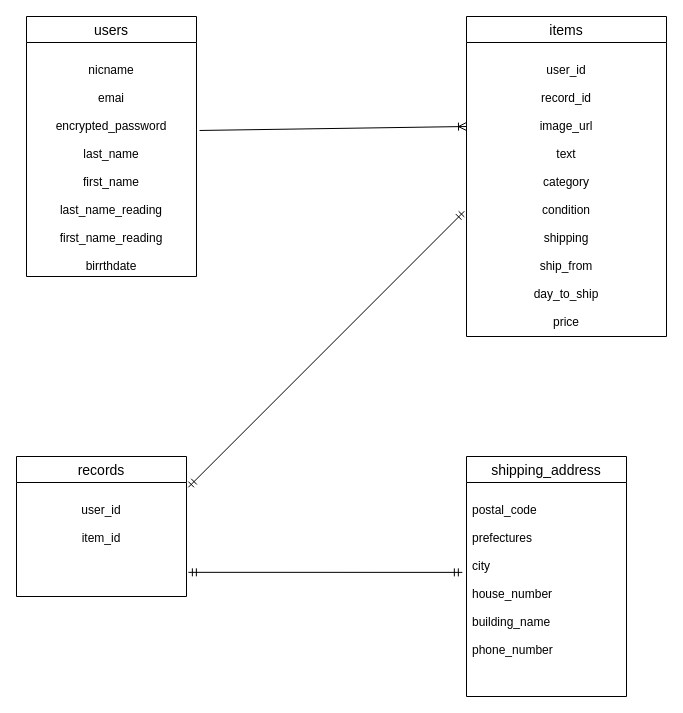
Before: app/controllers/ER.dio in kawashimakouhei/furima-29120, a draw.io diagram. Source tidied: cells renumbered, new cells numbered last; positions are measured from the earlier drawing's top-left corner, leaving out a move shared by most shapes. Both pictures are drawn from the tidied source at 100%, with x=0, y=0 at pixel (16, 16).
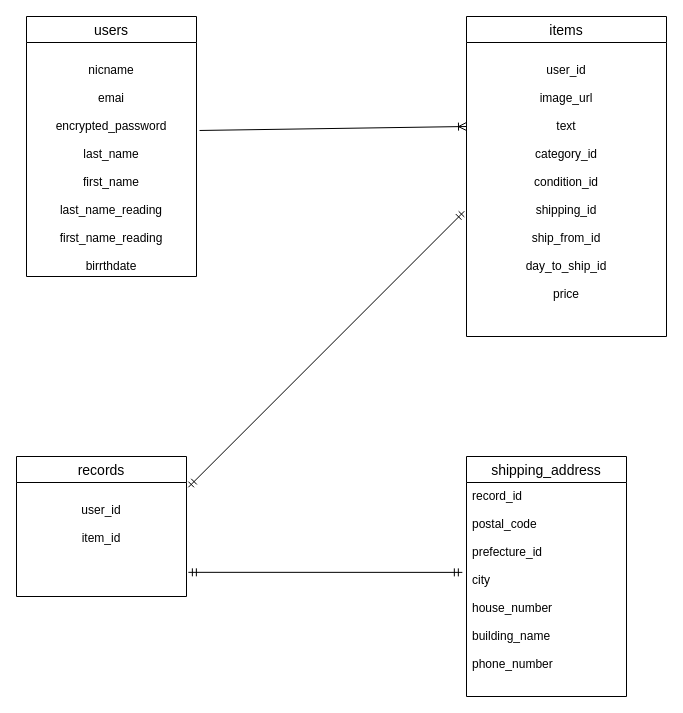
The same page after the edit.

Commit message (it also covers changes not shown here):
テーブル設計訂正

Diff of the diagram source:
```diff
@@
 <mxGraphModel>
   <root>
     <mxCell id="0" />
     <mxCell id="1" parent="0" />
     <mxCell id="2" value="users" style="swimlane;fontStyle=0;horizontal=1;startSize=26;align=center;fontSize=14;" parent="1" vertex="1">
       <mxGeometry x="10" width="170" height="260" as="geometry" />
     </mxCell>
     <mxCell id="3" value="&#10;nicname&#10;&#10;emai&#10;&#10;encrypted_password&#10;&#10;last_name&#10;&#10;first_name&#10;&#10;last_name_reading&#10;&#10;first_name_reading&#10;&#10;birrthdate" style="text;strokeColor=none;fillColor=none;spacingLeft=4;spacingRight=4;overflow=hidden;points=[[0,0.5],[1,0.5]];portConstraint=eastwest;fontSize=12;align=center;" parent="2" vertex="1">
       <mxGeometry y="26" width="170" height="234" as="geometry" />
     </mxCell>
     <mxCell id="4" value="items" style="swimlane;fontStyle=0;horizontal=1;startSize=26;align=center;fontSize=14;" parent="1" vertex="1">
       <mxGeometry x="450" width="200" height="320" as="geometry" />
     </mxCell>
-    <mxCell id="5" value="&#10;user_id&#10;&#10;record_id&#10;&#10;image_url&#10;&#10;text&#10;&#10;category&#10;&#10;condition&#10;&#10;shipping&#10;&#10;ship_from&#10;&#10;day_to_ship&#10;&#10;price" style="text;strokeColor=none;fillColor=none;spacingLeft=4;spacingRight=4;overflow=hidden;points=[[0,0.5],[1,0.5]];portConstraint=eastwest;fontSize=12;align=center;" parent="4" vertex="1">
+    <mxCell id="5" value="&#10;user_id&#10;&#10;image_url&#10;&#10;text&#10;&#10;category_id&#10;&#10;condition_id&#10;&#10;shipping_id&#10;&#10;ship_from_id&#10;&#10;day_to_ship_id&#10;&#10;price" style="text;strokeColor=none;fillColor=none;spacingLeft=4;spacingRight=4;overflow=hidden;points=[[0,0.5],[1,0.5]];portConstraint=eastwest;fontSize=12;align=center;" parent="4" vertex="1">
       <mxGeometry y="26" width="200" height="294" as="geometry" />
     </mxCell>
     <mxCell id="6" value="shipping_address" style="swimlane;fontStyle=0;horizontal=1;startSize=26;align=center;fontSize=14;" parent="1" vertex="1">
       <mxGeometry x="450" y="440" width="160" height="240" as="geometry" />
     </mxCell>
-    <mxCell id="7" value="&#10;postal_code&#10;&#10;prefectures&#10;&#10;city&#10;&#10;house_number&#10;&#10;building_name&#10;&#10;phone_number" style="text;strokeColor=none;fillColor=none;spacingLeft=4;spacingRight=4;overflow=hidden;points=[[0,0.5],[1,0.5]];portConstraint=eastwest;fontSize=12;" parent="6" vertex="1">
+    <mxCell id="7" value="record_id&#10;&#10;postal_code&#10;&#10;prefecture_id&#10;&#10;city&#10;&#10;house_number&#10;&#10;building_name&#10;&#10;phone_number" style="text;strokeColor=none;fillColor=none;spacingLeft=4;spacingRight=4;overflow=hidden;points=[[0,0.5],[1,0.5]];portConstraint=eastwest;fontSize=12;" parent="6" vertex="1">
       <mxGeometry y="26" width="160" height="214" as="geometry" />
     </mxCell>
     <mxCell id="8" style="fontSize=12;html=1;endArrow=ERoneToMany;exitX=1.018;exitY=0.376;exitDx=0;exitDy=0;exitPerimeter=0;" parent="1" edge="1" source="3">
       <mxGeometry relative="1" as="geometry">
         <mxPoint x="450" y="110" as="targetPoint" />
       </mxGeometry>
     </mxCell>
     <mxCell id="9" value="records" style="swimlane;fontStyle=0;horizontal=1;startSize=26;align=center;fontSize=14;" parent="1" vertex="1">
       <mxGeometry y="440" width="170" height="140" as="geometry" />
     </mxCell>
     <mxCell id="10" value="&#10;user_id&#10;&#10;item_id&#10;&#10;" style="text;strokeColor=none;fillColor=none;spacingLeft=4;spacingRight=4;overflow=hidden;points=[[0,0.5],[1,0.5]];portConstraint=eastwest;fontSize=12;align=center;" parent="9" vertex="1">
       <mxGeometry y="26" width="170" height="114" as="geometry" />
     </mxCell>
     <mxCell id="11" style="fontSize=12;html=1;endArrow=ERmandOne;startArrow=ERmandOne;entryX=-0.011;entryY=0.574;entryDx=0;entryDy=0;entryPerimeter=0;exitX=1.011;exitY=0.042;exitDx=0;exitDy=0;exitPerimeter=0;" parent="1" edge="1" source="10" target="5">
       <mxGeometry relative="1" as="geometry" />
     </mxCell>
     <mxCell id="12" style="fontSize=12;html=1;endArrow=ERmandOne;startArrow=ERmandOne;entryX=-0.026;entryY=0.42;entryDx=0;entryDy=0;entryPerimeter=0;exitX=1.011;exitY=0.788;exitDx=0;exitDy=0;exitPerimeter=0;" parent="1" edge="1" source="10" target="7">
       <mxGeometry relative="1" as="geometry" />
     </mxCell>
   </root>
 </mxGraphModel>
```
